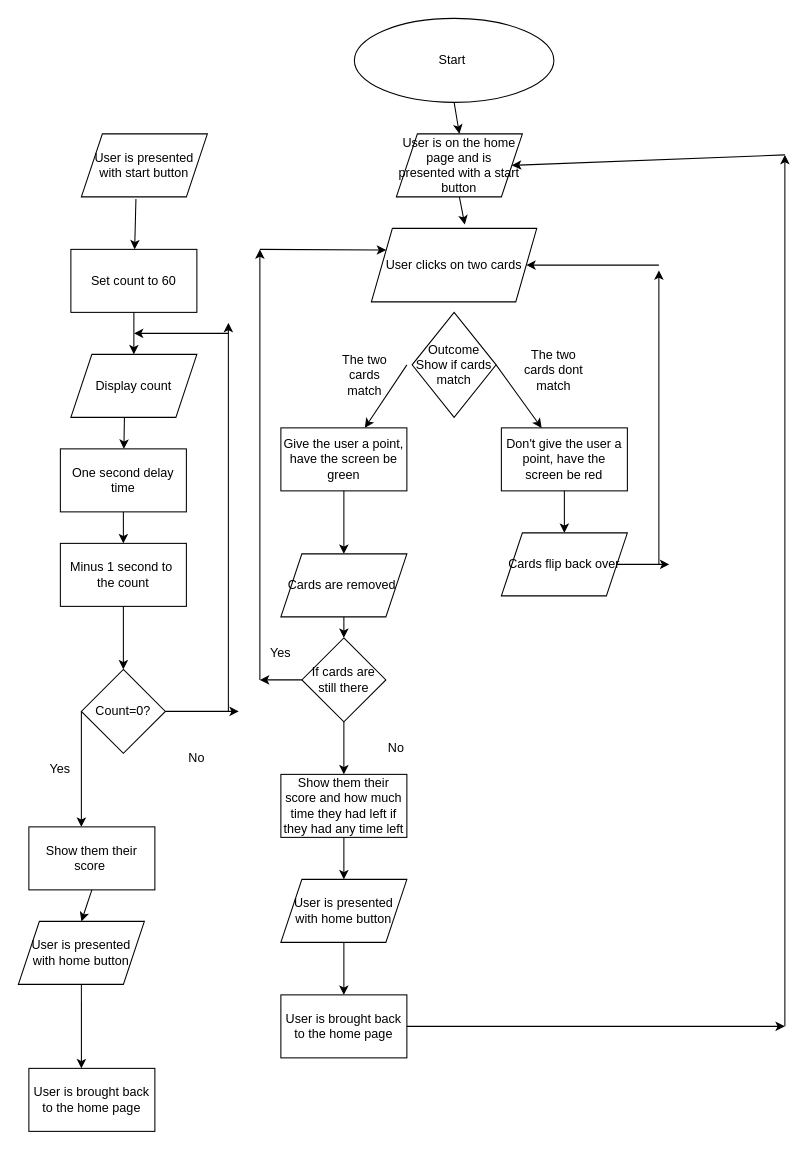
staten-island-tech/create-task-Ucheong keeps this draw.io diagram as createtask.drawio. Above is the earlier version. Source tidied: cells renumbered, new cells numbered last; positions are measured from the earlier drawing's top-left corner, leaving out a move shared by most shapes. Both pictures are drawn from the tidied source at 105%, with x=0, y=0 at pixel (18, 18).
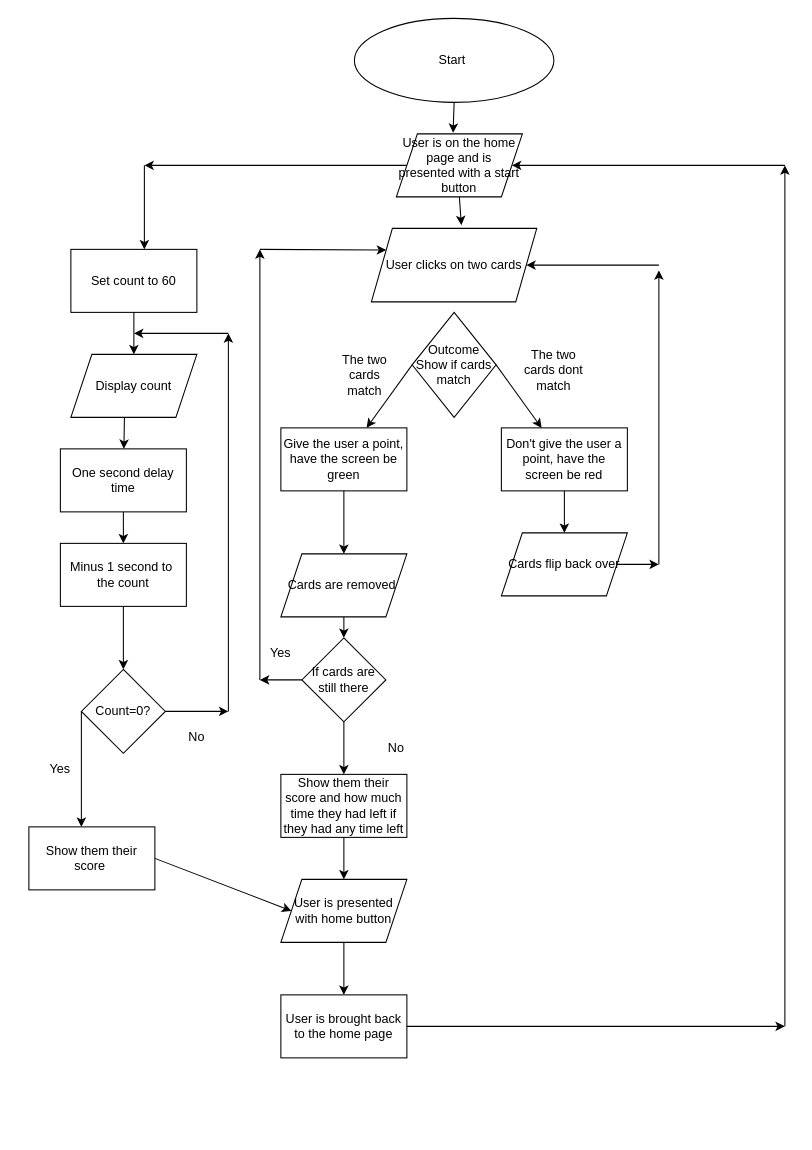
After the change.

Unchanged cells that the change refers to:
```xml
<mxCell id="2" value="Start&amp;nbsp;" style="ellipse;whiteSpace=wrap;html=1;" parent="1" vertex="1">
  <mxGeometry x="320" width="190" height="80" as="geometry" />
</mxCell>
<mxCell id="3" value="User clicks on two cards" style="shape=parallelogram;perimeter=parallelogramPerimeter;whiteSpace=wrap;html=1;fixedSize=1;" parent="1" vertex="1">
  <mxGeometry x="336.2" y="200" width="157.5" height="70" as="geometry" />
</mxCell>
<mxCell id="4" value="Outcome&lt;br&gt;Show if cards match" style="rhombus;whiteSpace=wrap;html=1;" parent="1" vertex="1">
  <mxGeometry x="375" y="280" width="80" height="100" as="geometry" />
</mxCell>
<mxCell id="6" value="Give the user a point, have the screen be green" style="rounded=0;whiteSpace=wrap;html=1;" parent="1" vertex="1">
  <mxGeometry x="250" y="390" width="120" height="60" as="geometry" />
</mxCell>
<mxCell id="14" value="Cards flip back over" style="shape=parallelogram;perimeter=parallelogramPerimeter;whiteSpace=wrap;html=1;fixedSize=1;" parent="1" vertex="1">
  <mxGeometry x="460" y="490" width="120" height="60" as="geometry" />
</mxCell>
<mxCell id="17" value="Set count to 60" style="rounded=0;whiteSpace=wrap;html=1;" parent="1" vertex="1">
  <mxGeometry x="50" y="220" width="120" height="60" as="geometry" />
</mxCell>
<mxCell id="25" value="Count=0?" style="rhombus;whiteSpace=wrap;html=1;" parent="1" vertex="1">
  <mxGeometry x="60" y="620" width="80" height="80" as="geometry" />
</mxCell>
<mxCell id="46" value="Show them their score&amp;nbsp;" style="rounded=0;whiteSpace=wrap;html=1;" parent="1" vertex="1">
  <mxGeometry x="10" y="770" width="120" height="60" as="geometry" />
</mxCell>
<mxCell id="48" value="User is presented with home button" style="shape=parallelogram;perimeter=parallelogramPerimeter;whiteSpace=wrap;html=1;fixedSize=1;" parent="1" vertex="1">
  <mxGeometry x="250" y="820" width="120" height="60" as="geometry" />
</mxCell>
<mxCell id="52" value="User is on the home page and is presented with a start button" style="shape=parallelogram;perimeter=parallelogramPerimeter;whiteSpace=wrap;html=1;fixedSize=1;" parent="1" vertex="1">
  <mxGeometry x="360" y="110" width="120" height="60" as="geometry" />
</mxCell>
```

Change to the diagram source:
```diff
@@
-    <mxCell id="5" style="endArrow=classic;html=1;rounded=0;" parent="1" edge="1" target="6">
-      <mxGeometry relative="1" as="geometry">
-        <mxPoint x="370" y="330" as="sourcePoint" />
-      </mxGeometry>
+    <mxCell id="5" style="endArrow=classic;html=1;rounded=0;exitX=0;exitY=0.5;exitDx=0;exitDy=0;" parent="1" edge="1" source="4" target="6">
+      <mxGeometry relative="1" as="geometry" />
     </mxCell>
@@
-    <mxCell id="15" value="User is presented with start button" style="shape=parallelogram;perimeter=parallelogramPerimeter;whiteSpace=wrap;html=1;fixedSize=1;" parent="1" vertex="1">
-      <mxGeometry x="60" y="110" width="120" height="60" as="geometry" />
-    </mxCell>
-    <mxCell id="16" style="endArrow=classic;html=1;rounded=0;exitX=0.433;exitY=1.033;exitDx=0;exitDy=0;exitPerimeter=0;" parent="1" edge="1" source="15" target="17">
-      <mxGeometry relative="1" as="geometry" />
-    </mxCell>
@@
     <mxCell id="26" style="endArrow=classic;html=1;rounded=0;exitX=1;exitY=0.5;exitDx=0;exitDy=0;" parent="1" edge="1" source="25">
       <mxGeometry relative="1" as="geometry">
-        <mxPoint x="210" y="660" as="targetPoint" />
+        <mxPoint x="200" y="660" as="targetPoint" />
       </mxGeometry>
     </mxCell>
     <mxCell id="27" style="endArrow=classic;html=1;rounded=0;" parent="1" edge="1">
       <mxGeometry relative="1" as="geometry">
         <mxPoint x="200" y="660" as="sourcePoint" />
-        <mxPoint x="200" y="290" as="targetPoint" />
+        <mxPoint x="200" y="300" as="targetPoint" />
       </mxGeometry>
     </mxCell>
@@
     <mxCell id="29" value="No" style="text;html=1;strokeColor=none;fillColor=none;align=center;verticalAlign=middle;whiteSpace=wrap;rounded=0;" parent="1" vertex="1">
-      <mxGeometry x="140" y="690" width="60" height="30" as="geometry" />
+      <mxGeometry x="140" y="670" width="60" height="30" as="geometry" />
     </mxCell>
@@
-    <mxCell id="31" value="User is presented with home button" style="shape=parallelogram;perimeter=parallelogramPerimeter;whiteSpace=wrap;html=1;fixedSize=1;" parent="1" vertex="1">
-      <mxGeometry y="860" width="120" height="60" as="geometry" />
-    </mxCell>
-    <mxCell id="32" value="User is brought back to the home page" style="rounded=0;whiteSpace=wrap;html=1;" parent="1" vertex="1">
-      <mxGeometry x="10" y="1000" width="120" height="60" as="geometry" />
-    </mxCell>
-    <mxCell id="33" style="endArrow=classic;html=1;rounded=0;exitX=0.5;exitY=1;exitDx=0;exitDy=0;entryX=0.417;entryY=0;entryDx=0;entryDy=0;entryPerimeter=0;" parent="1" edge="1" source="31" target="32">
-      <mxGeometry relative="1" as="geometry" />
-    </mxCell>
@@
     <mxCell id="35" style="endArrow=classic;html=1;rounded=0;exitX=1;exitY=0.5;exitDx=0;exitDy=0;" parent="1" edge="1" source="14">
       <mxGeometry relative="1" as="geometry">
-        <mxPoint x="620" y="520" as="targetPoint" />
+        <mxPoint x="610" y="520" as="targetPoint" />
       </mxGeometry>
     </mxCell>
@@
-    <mxCell id="47" style="endArrow=classic;html=1;rounded=0;exitX=0.5;exitY=1;exitDx=0;exitDy=0;entryX=0.5;entryY=0;entryDx=0;entryDy=0;" parent="1" edge="1" source="46" target="31">
-      <mxGeometry relative="1" as="geometry" />
-    </mxCell>
@@
-    <mxCell id="53" style="endArrow=classic;html=1;rounded=0;exitX=0.5;exitY=1;exitDx=0;exitDy=0;entryX=0.5;entryY=0;entryDx=0;entryDy=0;" parent="1" edge="1" source="2" target="52">
+    <mxCell id="53" style="endArrow=classic;html=1;rounded=0;exitX=0.5;exitY=1;exitDx=0;exitDy=0;entryX=0.45;entryY=-0.017;entryDx=0;entryDy=0;entryPerimeter=0;" parent="1" edge="1" source="2" target="52">
       <mxGeometry relative="1" as="geometry" />
     </mxCell>
-    <mxCell id="54" style="endArrow=classic;html=1;rounded=0;exitX=0.5;exitY=1;exitDx=0;exitDy=0;entryX=0.565;entryY=-0.051;entryDx=0;entryDy=0;entryPerimeter=0;" parent="1" edge="1" source="52" target="3">
-      <mxGeometry relative="1" as="geometry" />
-    </mxCell>
@@
     <mxCell id="56" style="endArrow=classic;html=1;rounded=0;" parent="1" edge="1">
       <mxGeometry relative="1" as="geometry">
         <mxPoint x="730" y="960" as="sourcePoint" />
-        <mxPoint x="730" y="130" as="targetPoint" />
+        <mxPoint x="730" y="140" as="targetPoint" />
       </mxGeometry>
     </mxCell>
     <mxCell id="57" style="endArrow=classic;html=1;rounded=0;entryX=1;entryY=0.5;entryDx=0;entryDy=0;" parent="1" edge="1" target="52">
       <mxGeometry relative="1" as="geometry">
-        <mxPoint x="730" y="130" as="sourcePoint" />
+        <mxPoint x="730" y="140" as="sourcePoint" />
       </mxGeometry>
     </mxCell>
@@
+    <mxCell id="59" style="endArrow=classic;html=1;rounded=0;exitX=1;exitY=0.5;exitDx=0;exitDy=0;entryX=0;entryY=0.5;entryDx=0;entryDy=0;" parent="1" edge="1" source="46" target="48">
+      <mxGeometry relative="1" as="geometry" />
+    </mxCell>
+    <mxCell id="60" style="endArrow=classic;html=1;rounded=0;exitX=0;exitY=0.5;exitDx=0;exitDy=0;" parent="1" edge="1" source="52">
+      <mxGeometry relative="1" as="geometry">
+        <mxPoint x="120" y="140" as="targetPoint" />
+      </mxGeometry>
+    </mxCell>
+    <mxCell id="61" style="endArrow=classic;html=1;rounded=0;" parent="1" edge="1">
+      <mxGeometry relative="1" as="geometry">
+        <mxPoint x="120" y="140" as="sourcePoint" />
+        <mxPoint x="120" y="220" as="targetPoint" />
+      </mxGeometry>
+    </mxCell>
+    <mxCell id="54" style="endArrow=classic;html=1;rounded=0;exitX=0.5;exitY=1;exitDx=0;exitDy=0;entryX=0.544;entryY=-0.043;entryDx=0;entryDy=0;entryPerimeter=0;" parent="1" edge="1" source="52" target="3">
+      <mxGeometry relative="1" as="geometry" />
+    </mxCell>
```
